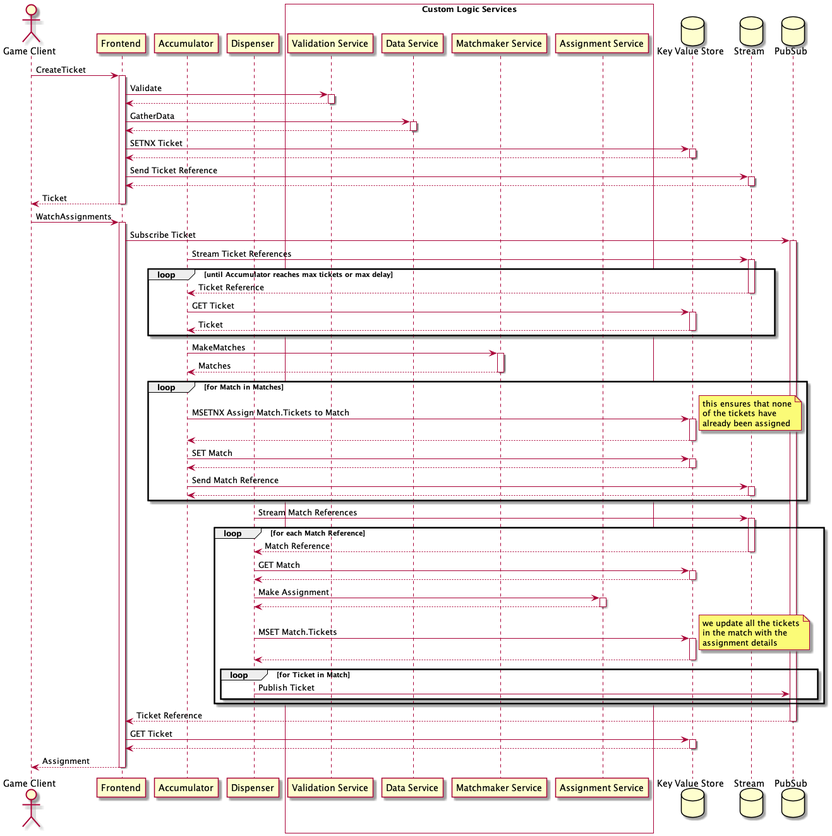
Above: docs/sequence.png in rivalry-matchmaker/rivalry (PlantUML), before the change. The source it was exported from:
```plantuml
@startuml
actor "Game Client" as GC
participant "Frontend" as F
participant "Accumulator" as A
participant "Dispenser" as D

box "Custom Logic Services" #White
    participant "Validation Service" as VS
    participant "Data Service" as DS
    participant "Matchmaker Service" as MS
    participant "Assignment Service" as AS
end box

database "Key Value Store" as KV
database "Stream" as ST
database "PubSub" as PS


GC -> F: CreateTicket
activate F
    F -> VS: Validate
    activate VS
    return

    F -> DS: GatherData
    activate DS
    return

    F -> KV: SETNX Ticket
    activate KV
    return
    F -> ST: Send Ticket Reference
    activate ST
    return
return Ticket

GC -> F: WatchAssignments
activate F
    F -> PS: Subscribe Ticket
    activate PS

        A -> ST: Stream Ticket References
        activate ST
        loop until Accumulator reaches max tickets or max delay
        return Ticket Reference

        A -> KV: GET Ticket
        activate KV
        return Ticket
        end

        A -> MS: MakeMatches
        activate MS
        return Matches

        loop for Match in Matches
            A -> KV: MSETNX Assign Match.Tickets to Match
            note right
                this ensures that none
                of the tickets have
                already been assigned
            end note
            activate KV
            return

            A -> KV: SET Match
            activate KV
            return

            A -> ST: Send Match Reference
            activate ST
            return
        end

        D -> ST: Stream Match References
        activate ST
            loop for each Match Reference
                return Match Reference

                D -> KV: GET Match
                activate KV
                return

                D -> AS: Make Assignment
                activate AS
                return

                D -> KV: MSET Match.Tickets
                note right
                    we update all the tickets
                    in the match with the
                    assignment details
                end note
                activate KV
                return

                loop for Ticket in Match
                    D -> PS: Publish Ticket
                end
            end

        return Ticket Reference
    F -> KV: GET Ticket
    activate KV
    return
return Assignment
@enduml
```
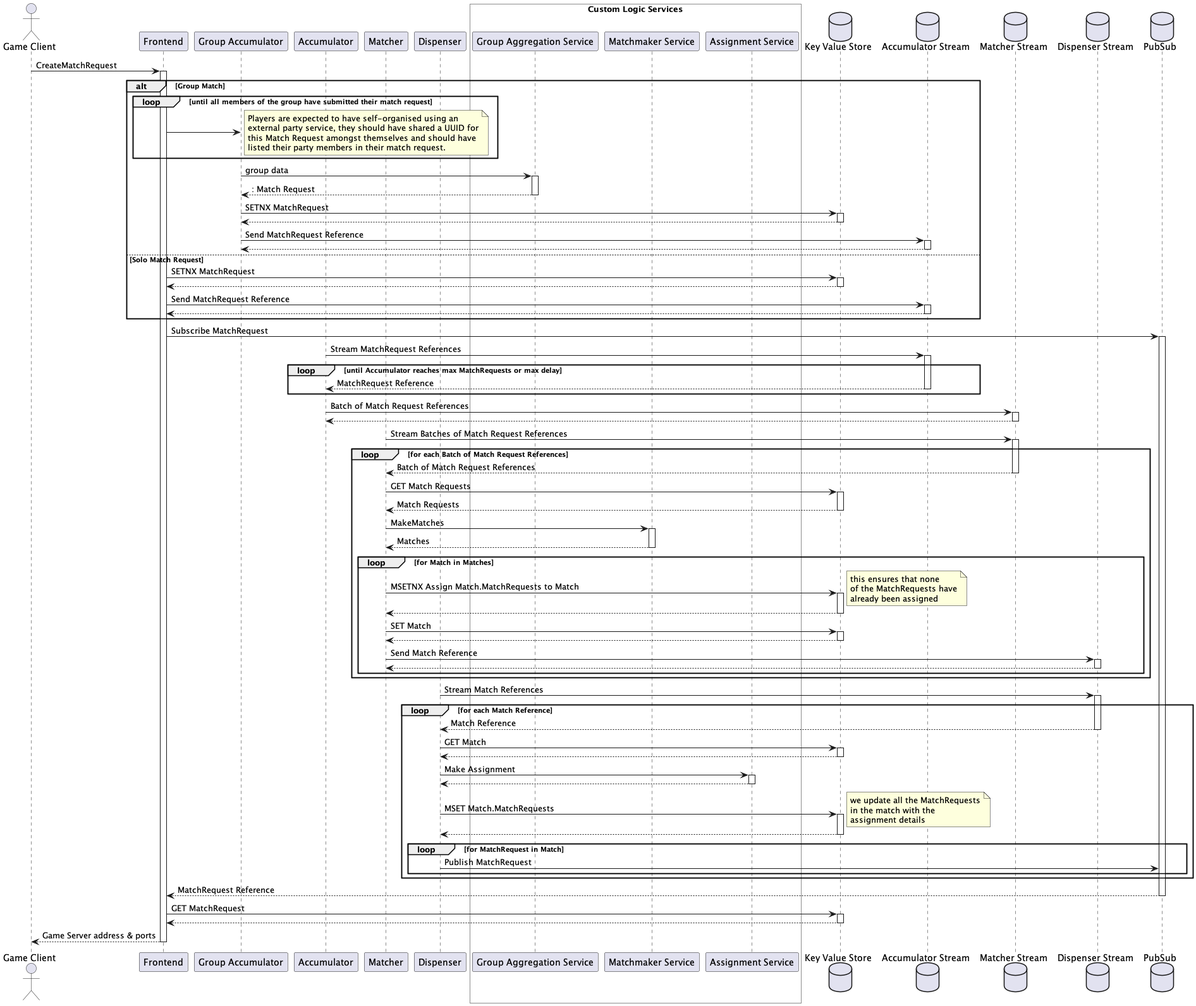
After the commit.

Change to the diagram source:
```diff
@@ -1,79 +1,104 @@
 @startuml
 actor "Game Client" as GC
 participant "Frontend" as F
+participant "Group Accumulator" as G
 participant "Accumulator" as A
+participant "Matcher" as M
 participant "Dispenser" as D
 
 box "Custom Logic Services" #White
-    participant "Validation Service" as VS
-    participant "Data Service" as DS
+    participant "Group Aggregation Service" as GAS
     participant "Matchmaker Service" as MS
     participant "Assignment Service" as AS
 end box
 
 database "Key Value Store" as KV
-database "Stream" as ST
+database "Accumulator Stream" as STA
+database "Matcher Stream" as STM
+database "Dispenser Stream" as STD
 database "PubSub" as PS
 
 
-GC -> F: CreateTicket
+GC -> F: CreateMatchRequest
 activate F
-    F -> VS: Validate
-    activate VS
-    return
+alt Group Match
+    loop until all members of the group have submitted their match request
+        F -> G
+        note right
+            Players are expected to have self-organised using an
+            external party service, they should have shared a UUID for
+            this Match Request amongst themselves and should have
+            listed their party members in their match request.
+        end note
+    end
+    G -> GAS: group data
+    activate GAS
+    return: Match Request
 
-    F -> DS: GatherData
-    activate DS
-    return
-
-    F -> KV: SETNX Ticket
+    G -> KV: SETNX MatchRequest
     activate KV
     return
-    F -> ST: Send Ticket Reference
-    activate ST
+    G -> STA: Send MatchRequest Reference
+    activate STA
     return
-return Ticket
+else Solo Match Request
 
-GC -> F: WatchAssignments
+    F -> KV: SETNX MatchRequest
+    activate KV
+    return
+    F -> STA: Send MatchRequest Reference
+    activate STA
+    return
+end
+
 activate F
-    F -> PS: Subscribe Ticket
+    F -> PS: Subscribe MatchRequest
     activate PS
 
-        A -> ST: Stream Ticket References
-        activate ST
-        loop until Accumulator reaches max tickets or max delay
-        return Ticket Reference
-
-        A -> KV: GET Ticket
-        activate KV
-        return Ticket
+        A -> STA: Stream MatchRequest References
+        activate STA
+        loop until Accumulator reaches max MatchRequests or max delay
+        return MatchRequest Reference
         end
 
-        A -> MS: MakeMatches
-        activate MS
-        return Matches
+        A -> STM: Batch of Match Request References
+        activate STM
+        return
 
-        loop for Match in Matches
-            A -> KV: MSETNX Assign Match.Tickets to Match
-            note right
-                this ensures that none
-                of the tickets have
-                already been assigned
-            end note
+        M -> STM: Stream Batches of Match Request References
+        loop for each Batch of Match Request References
+            activate STM
+            return Batch of Match Request References
+            M -> KV: GET Match Requests
             activate KV
-            return
+            return Match Requests
 
-            A -> KV: SET Match
-            activate KV
-            return
+            M -> MS: MakeMatches
+            activate MS
+            return Matches
 
-            A -> ST: Send Match Reference
-            activate ST
-            return
+            loop for Match in Matches
+                M -> KV: MSETNX Assign Match.MatchRequests to Match
+                note right
+                    this ensures that none
+                    of the MatchRequests have
+                    already been assigned
+                end note
+                activate KV
+                return
+
+                M -> KV: SET Match
+                activate KV
+                return
+
+                M -> STD: Send Match Reference
+                activate STD
+                return
+            end
         end
 
-        D -> ST: Stream Match References
-        activate ST
+        D -> STD: Stream Match References
+        activate STD
             loop for each Match Reference
                 return Match Reference
 
@@ -85,23 +110,23 @@
                 activate AS
                 return
 
-                D -> KV: MSET Match.Tickets
+                D -> KV: MSET Match.MatchRequests
                 note right
-                    we update all the tickets
+                    we update all the MatchRequests
                     in the match with the
                     assignment details
                 end note
                 activate KV
                 return
 
-                loop for Ticket in Match
-                    D -> PS: Publish Ticket
+                loop for MatchRequest in Match
+                    D -> PS: Publish MatchRequest
                 end
             end
 
-        return Ticket Reference
-    F -> KV: GET Ticket
+        return MatchRequest Reference
+    F -> KV: GET MatchRequest
     activate KV
     return
-return Assignment
+return Game Server address & ports
 @enduml
```
